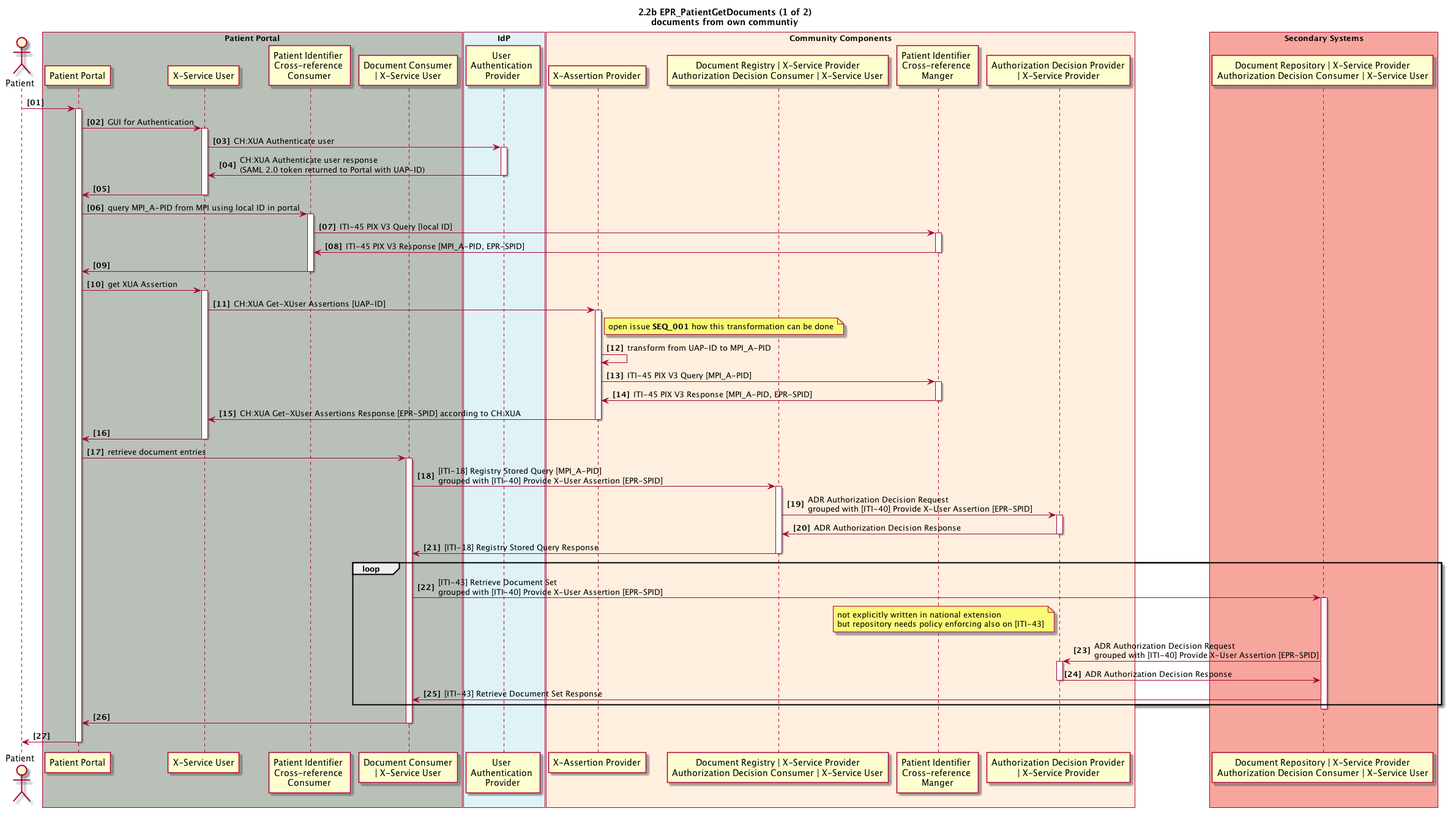
The PlantUML diagram 2_02b_EPR_PatientGetDocuments1of2.plantuml.png in ahdis/ch-epr-seqdiag, before a commit.
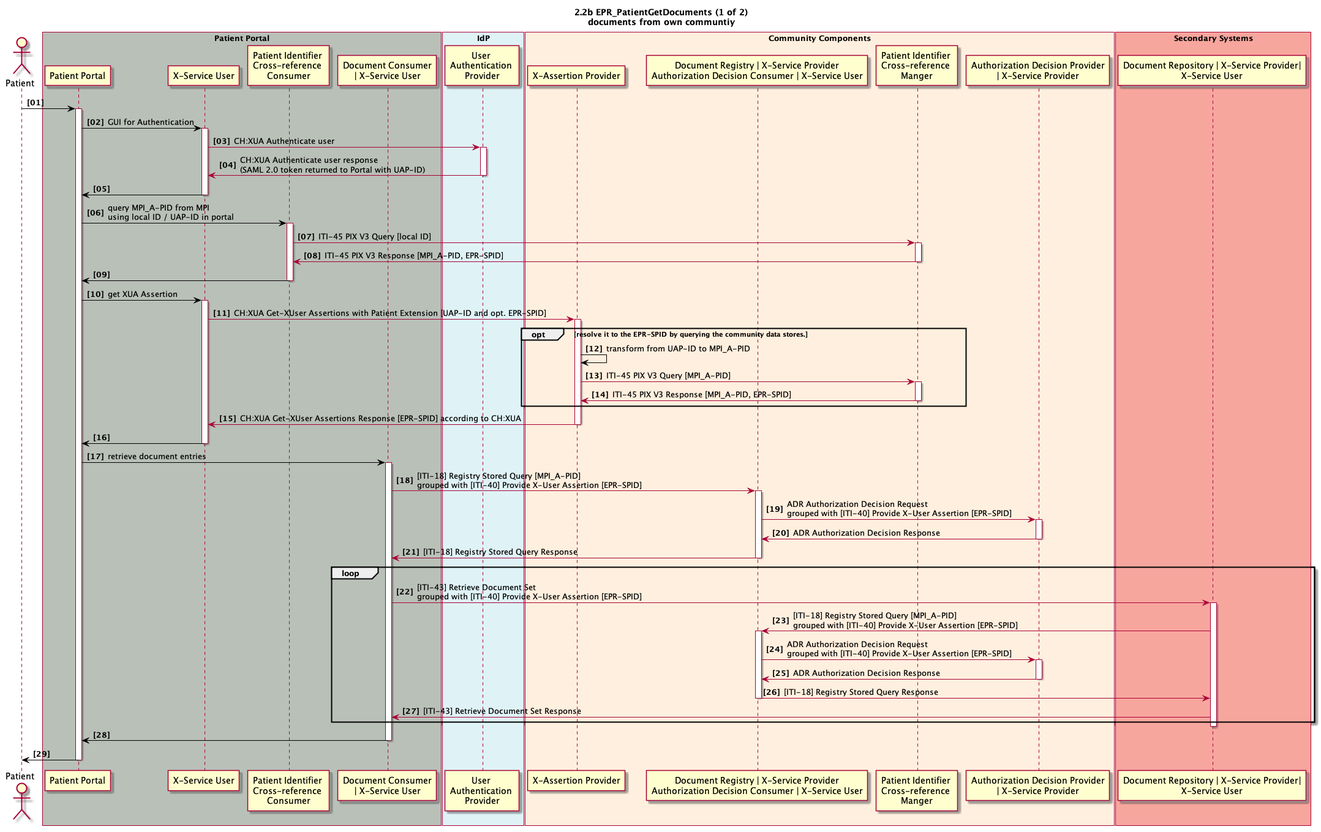
The same file after the commit.

What changed in the source:
```diff
@@ -24,74 +24,76 @@
 end box
 
 box "Secondary Systems" #F7A69E
-	participant ss_doc_repository as "Document Repository | X-Service Provider\nAuthorization Decision Consumer | X-Service User"
+	participant ss_doc_repository as "Document Repository | X-Service Provider|\nX-Service User"
 end box
 
-patient -> pp_gui
+patient -[#black]> pp_gui
 activate pp_gui
 
-pp_gui -> pp_x_service_user : GUI for Authentication
+pp_gui -[#black]> pp_x_service_user : GUI for Authentication
 activate pp_x_service_user
 pp_x_service_user -> idp_user_authentication_provider : CH:XUA Authenticate user
 activate idp_user_authentication_provider
 pp_x_service_user <- idp_user_authentication_provider : CH:XUA Authenticate user response \n(SAML 2.0 token returned to Portal with UAP-ID)
 deactivate idp_user_authentication_provider
-pp_gui <- pp_x_service_user
+pp_gui <[#black]- pp_x_service_user
 deactivate pp_x_service_user
 
-pp_gui -> pp_pix_x_ref_consumer: query MPI_A-PID from MPI using local ID in portal
+pp_gui -[#black]> pp_pix_x_ref_consumer: query MPI_A-PID from MPI\nusing local ID / UAP-ID in portal
 activate pp_pix_x_ref_consumer
 pp_pix_x_ref_consumer -> cc_mpi_x_ref_manager: ITI-45 PIX V3 Query [local ID]
 activate cc_mpi_x_ref_manager
 pp_pix_x_ref_consumer <- cc_mpi_x_ref_manager: ITI-45 PIX V3 Response [MPI_A-PID, EPR-SPID]
 deactivate cc_mpi_x_ref_manager
-pp_gui <- pp_pix_x_ref_consumer
+pp_gui <[#black]- pp_pix_x_ref_consumer
 deactivate pp_pix_x_ref_consumer
 
-pp_gui -> pp_x_service_user : get XUA Assertion
+pp_gui -[#black]> pp_x_service_user : get XUA Assertion
 activate pp_x_service_user
-pp_x_service_user -> cc_x_assertion_provider: CH:XUA Get-XUser Assertions [UAP-ID]
+pp_x_service_user -> cc_x_assertion_provider: CH:XUA Get-XUser Assertions with Patient Extension [UAP-ID and opt. EPR-SPID]
 activate cc_x_assertion_provider
-note right cc_x_assertion_provider: open issue <b>SEQ_001</b> how this transformation can be done
-cc_x_assertion_provider -> cc_x_assertion_provider: transform from UAP-ID to MPI_A-PID
+opt resolve it to the EPR-SPID by querying the community data stores.
+cc_x_assertion_provider -[#black]> cc_x_assertion_provider: transform from UAP-ID to MPI_A-PID
 cc_x_assertion_provider -> cc_mpi_x_ref_manager: ITI-45 PIX V3 Query [MPI_A-PID]
 activate cc_mpi_x_ref_manager
 cc_x_assertion_provider <- cc_mpi_x_ref_manager: ITI-45 PIX V3 Response [MPI_A-PID, EPR-SPID]
 deactivate cc_mpi_x_ref_manager
+end
 pp_x_service_user <- cc_x_assertion_provider: CH:XUA Get-XUser Assertions Response [EPR-SPID] according to CH:XUA
 deactivate cc_x_assertion_provider
-pp_gui <- pp_x_service_user
+pp_gui <[#black]- pp_x_service_user
 deactivate pp_x_service_user
 
-pp_gui -> pp_doc_consumer: retrieve document entries
+pp_gui -[#black]> pp_doc_consumer: retrieve document entries
 activate pp_doc_consumer
 pp_doc_consumer -> cc_doc_registry: [ITI-18] Registry Stored Query [MPI_A-PID]\ngrouped with [ITI-40] Provide X-User Assertion [EPR-SPID]
 activate cc_doc_registry
+cc_doc_registry -> cc_adp: ADR Authorization Decision Request\ngrouped with [ITI-40] Provide X-User Assertion [EPR-SPID]
+activate cc_adp
+cc_doc_registry <- cc_adp: ADR Authorization Decision Response
+deactivate cc_adp
+pp_doc_consumer <- cc_doc_registry: [ITI-18] Registry Stored Query Response
+deactivate cc_doc_registry
+loop
+  pp_doc_consumer -> ss_doc_repository: [ITI-43] Retrieve Document Set\ngrouped with [ITI-40] Provide X-User Assertion [EPR-SPID]
+  activate ss_doc_repository
+  ss_doc_repository -> cc_doc_registry: [ITI-18] Registry Stored Query [MPI_A-PID]\ngrouped with [ITI-40] Provide X-User Assertion [EPR-SPID]
+  activate cc_doc_registry
   cc_doc_registry -> cc_adp: ADR Authorization Decision Request\ngrouped with [ITI-40] Provide X-User Assertion [EPR-SPID]
   activate cc_adp
   cc_doc_registry <- cc_adp: ADR Authorization Decision Response
   deactivate cc_adp
-
-pp_doc_consumer <- cc_doc_registry: [ITI-18] Registry Stored Query Response
-deactivate cc_doc_registry
-
-loop
-  pp_doc_consumer -> ss_doc_repository: [ITI-43] Retrieve Document Set\ngrouped with [ITI-40] Provide X-User Assertion [EPR-SPID]
-  activate ss_doc_repository
-  note left cc_adp: not explicitly written in national extension\nbut repository needs policy enforcing also on [ITI-43]
-  ss_doc_repository -> cc_adp: ADR Authorization Decision Request\ngrouped with [ITI-40] Provide X-User Assertion [EPR-SPID]
-  activate cc_adp
-  ss_doc_repository <- cc_adp: ADR Authorization Decision Response
-  deactivate cc_adp
+  ss_doc_repository <- cc_doc_registry: [ITI-18] Registry Stored Query Response
+  deactivate cc_doc_registry
   pp_doc_consumer <- ss_doc_repository: [ITI-43] Retrieve Document Set Response
 end
 deactivate ss_doc_repository
 
-pp_gui <- pp_doc_consumer
+pp_gui <[#black]- pp_doc_consumer
 
 deactivate pp_doc_consumer
 
-patient <- pp_gui
+patient <[#black]- pp_gui
 deactivate pp_gui
 
 @enduml
```
